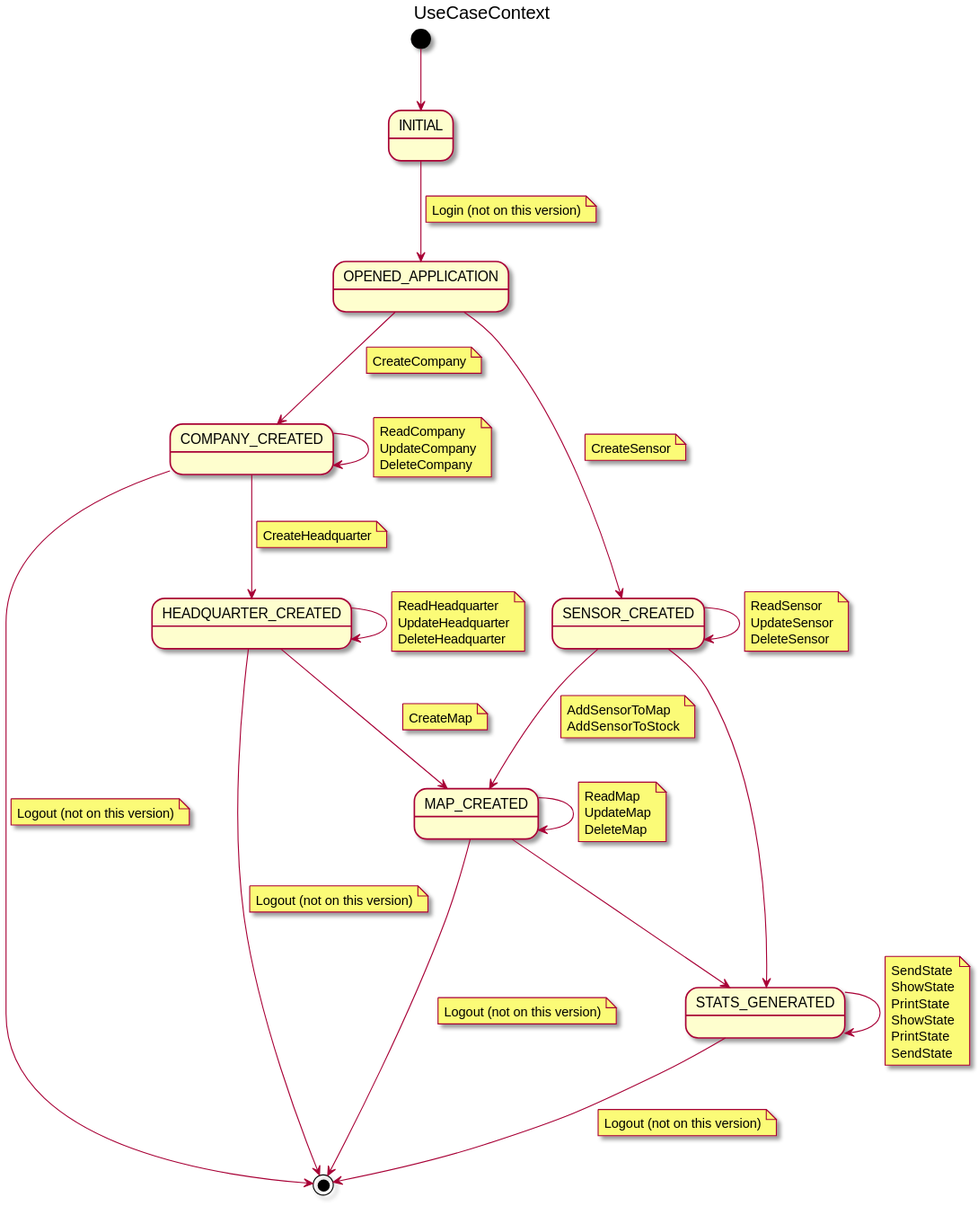
Before: docs/src/useCase/context/useCaseContext.svg, a diagram exported from PlantUML (jumpering/pestmonitors).
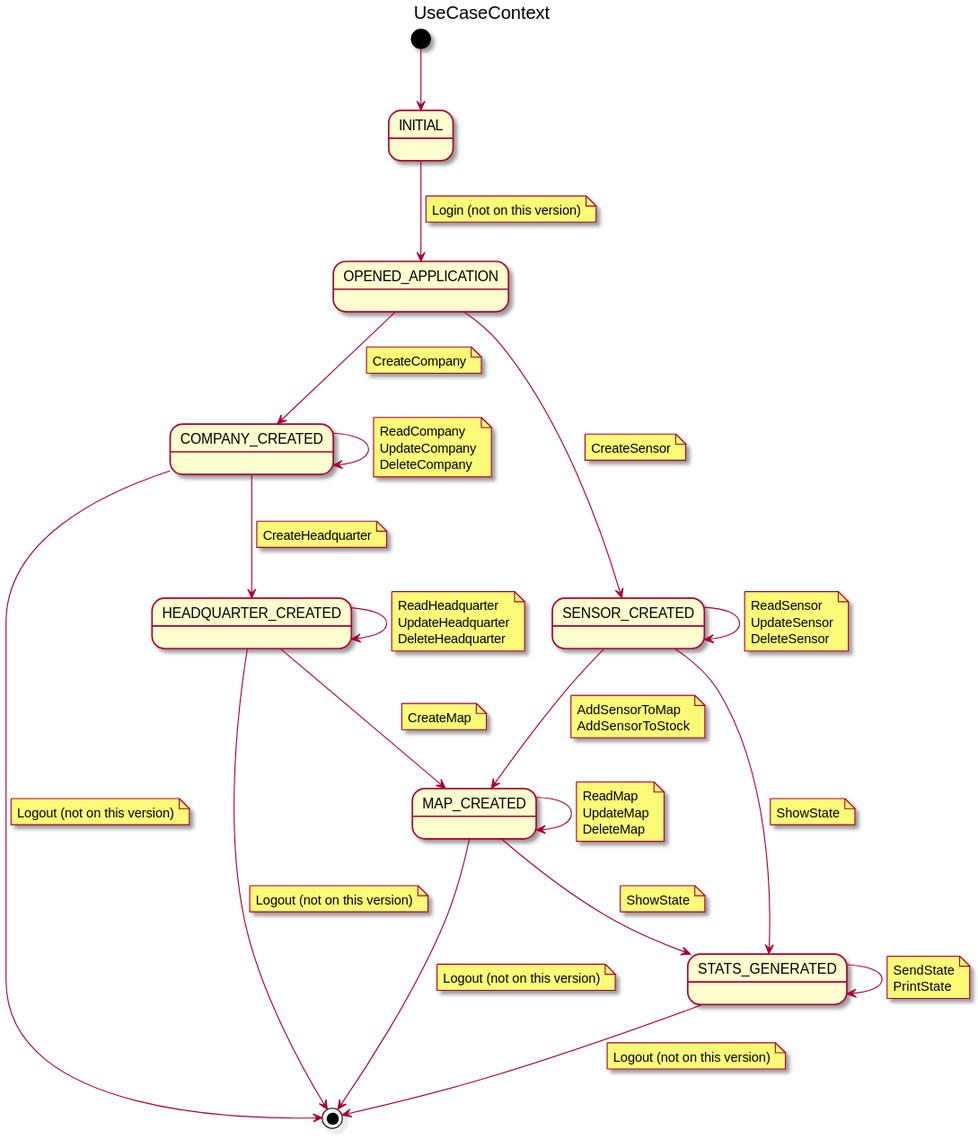
After the change.

What changed in the source:
```diff
@@ -52,6 +52,9 @@
     end note
 
 MAP_CREATED --> STATS_GENERATED
+    note on link
+        ShowState
+    end note
 
 OPENED_APPLICATION --> SENSOR_CREATED
     note on link
@@ -81,6 +84,9 @@
       end note
 
 SENSOR_CREATED --> STATS_GENERATED
+    note on link
+        ShowState
+    end note
 
 
 SENSOR_CREATED --> MAP_CREATED
@@ -92,11 +98,7 @@
 STATS_GENERATED --> STATS_GENERATED
     note on link
         SendState
-        ShowState
         PrintState
-        ShowState
-        PrintState
-        SendState
     end note
 
 STATS_GENERATED --> [*]
```
